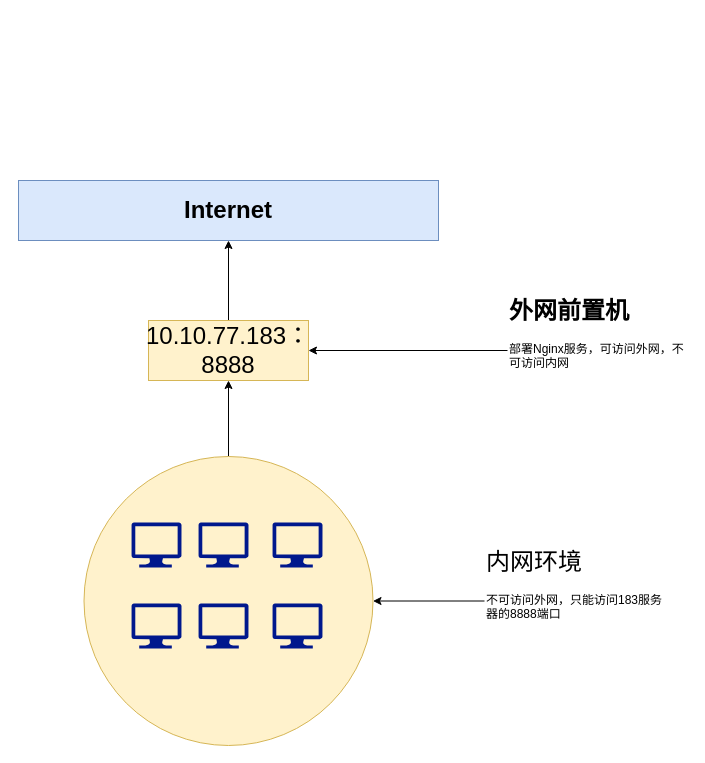
Before: 内网.drawio in N3verL4nd/drawio, a draw.io diagram. Source tidied: cells renumbered, new cells numbered last; positions are measured from the earlier drawing's top-left corner, leaving out a move shared by most shapes. Both pictures are drawn from the tidied source at 100%, with x=0, y=0 at pixel (18, 180).
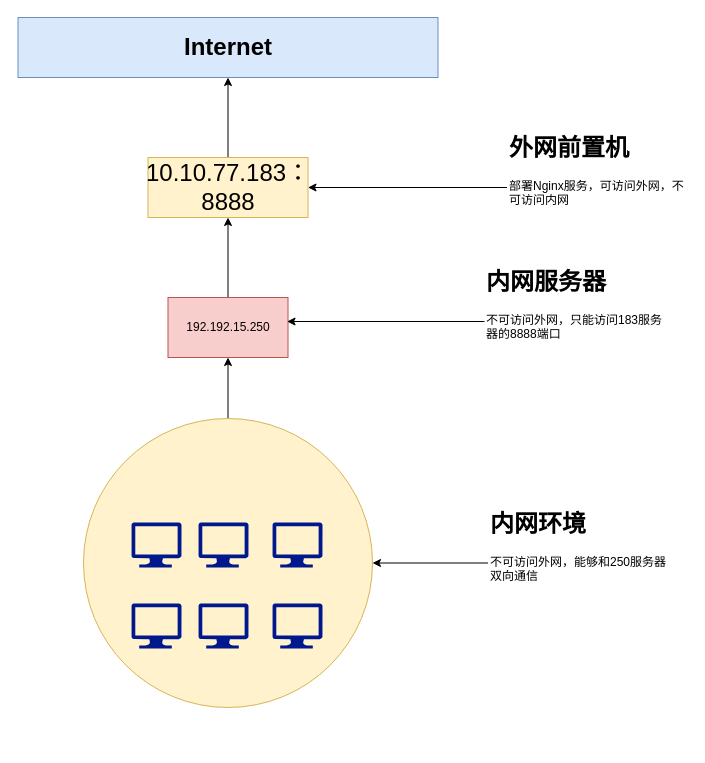
Above is the later version.

What changed in the source:
```diff
@@
     <mxCell id="2" value="&lt;font style=&quot;font-size: 24px;&quot;&gt;&lt;b&gt;Internet&lt;/b&gt;&lt;/font&gt;" style="rounded=0;whiteSpace=wrap;html=1;fillColor=#dae8fc;strokeColor=#6c8ebf;" parent="1" vertex="1">
-      <mxGeometry width="420" height="60" as="geometry" />
+      <mxGeometry x="-0.5" y="-163" width="420" height="60" as="geometry" />
     </mxCell>
@@
     <mxCell id="4" value="&lt;font style=&quot;font-size: 24px;&quot;&gt;10.10.77.183：8888&lt;/font&gt;" style="rounded=0;whiteSpace=wrap;html=1;fillColor=#fff2cc;strokeColor=#d6b656;" parent="1" vertex="1">
-      <mxGeometry x="130" y="140" width="160" height="60" as="geometry" />
+      <mxGeometry x="129.5" y="-23" width="160" height="60" as="geometry" />
     </mxCell>
-    <mxCell id="5" style="edgeStyle=orthogonalEdgeStyle;rounded=0;jettySize=auto;html=1;entryX=0.5;entryY=1;entryDx=0;entryDy=0;" parent="1" edge="1" source="6" target="4">
-      <mxGeometry relative="1" as="geometry" />
-    </mxCell>
+    <mxCell id="17" style="edgeStyle=orthogonalEdgeStyle;rounded=0;jettySize=auto;html=1;entryX=0.5;entryY=1;entryDx=0;entryDy=0;" parent="1" edge="1" source="6" target="19">
+      <mxGeometry relative="1" as="geometry" />
+    </mxCell>
     <mxCell id="6" style="ellipse;whiteSpace=wrap;html=1;fillColor=#fff2cc;strokeColor=#d6b656;rounded=0;" parent="1" vertex="1">
-      <mxGeometry x="65.5" y="276" width="289" height="289" as="geometry" />
+      <mxGeometry x="65" y="238" width="289" height="289" as="geometry" />
     </mxCell>
@@
     <mxCell id="8" value="&lt;h1 style=&quot;margin-top: 0px;&quot;&gt;外网前置机&lt;/h1&gt;&lt;p&gt;部署Nginx服务，可访问外网，不可访问内网&lt;/p&gt;" style="text;html=1;whiteSpace=wrap;overflow=hidden;rounded=0;" parent="1" vertex="1">
-      <mxGeometry x="489" y="110" width="180" height="120" as="geometry" />
+      <mxGeometry x="488.5" y="-53" width="180" height="120" as="geometry" />
     </mxCell>
@@
-    <mxCell id="16" value="&lt;h1 style=&quot;margin-top: 0px;&quot;&gt;&lt;span style=&quot;font-weight: 400; text-align: center;&quot;&gt;内网环境&lt;/span&gt;&lt;/h1&gt;&lt;p&gt;不可访问外网，只能访问183服务器的8888端口&lt;/p&gt;" style="text;html=1;whiteSpace=wrap;overflow=hidden;rounded=0;" parent="1" vertex="1">
-      <mxGeometry x="466" y="360.5" width="180" height="120" as="geometry" />
+    <mxCell id="16" value="&lt;h1 style=&quot;margin-top: 0px;&quot;&gt;&lt;span style=&quot;text-align: center;&quot;&gt;内网环境&lt;/span&gt;&lt;/h1&gt;&lt;p&gt;不可访问外网，能够和250服务器双向通信&lt;/p&gt;" style="text;html=1;whiteSpace=wrap;overflow=hidden;rounded=0;" parent="1" vertex="1">
+      <mxGeometry x="469.5" y="322.5" width="180" height="120" as="geometry" />
     </mxCell>
+    <mxCell id="18" style="edgeStyle=orthogonalEdgeStyle;rounded=0;jettySize=auto;html=1;entryX=0.5;entryY=1;entryDx=0;entryDy=0;" parent="1" edge="1" source="19" target="4">
+      <mxGeometry relative="1" as="geometry" />
+    </mxCell>
+    <mxCell id="19" value="192.192.15.250" style="rounded=0;whiteSpace=wrap;html=1;fillColor=#f8cecc;strokeColor=#b85450;" parent="1" vertex="1">
+      <mxGeometry x="149.5" y="117" width="120" height="60" as="geometry" />
+    </mxCell>
+    <mxCell id="20" value="&lt;h1 style=&quot;margin-top: 0px;&quot;&gt;内网服务器&lt;/h1&gt;&lt;p&gt;不可访问外网，只能访问183服务器的8888端口&lt;/p&gt;" style="text;html=1;whiteSpace=wrap;overflow=hidden;rounded=0;" parent="1" vertex="1">
+      <mxGeometry x="466" y="81" width="180" height="120" as="geometry" />
+    </mxCell>
+    <mxCell id="21" style="edgeStyle=orthogonalEdgeStyle;rounded=0;jettySize=auto;html=1;entryX=0.992;entryY=0.4;entryDx=0;entryDy=0;entryPerimeter=0;" parent="1" edge="1" source="20" target="19">
+      <mxGeometry relative="1" as="geometry" />
+    </mxCell>
```
